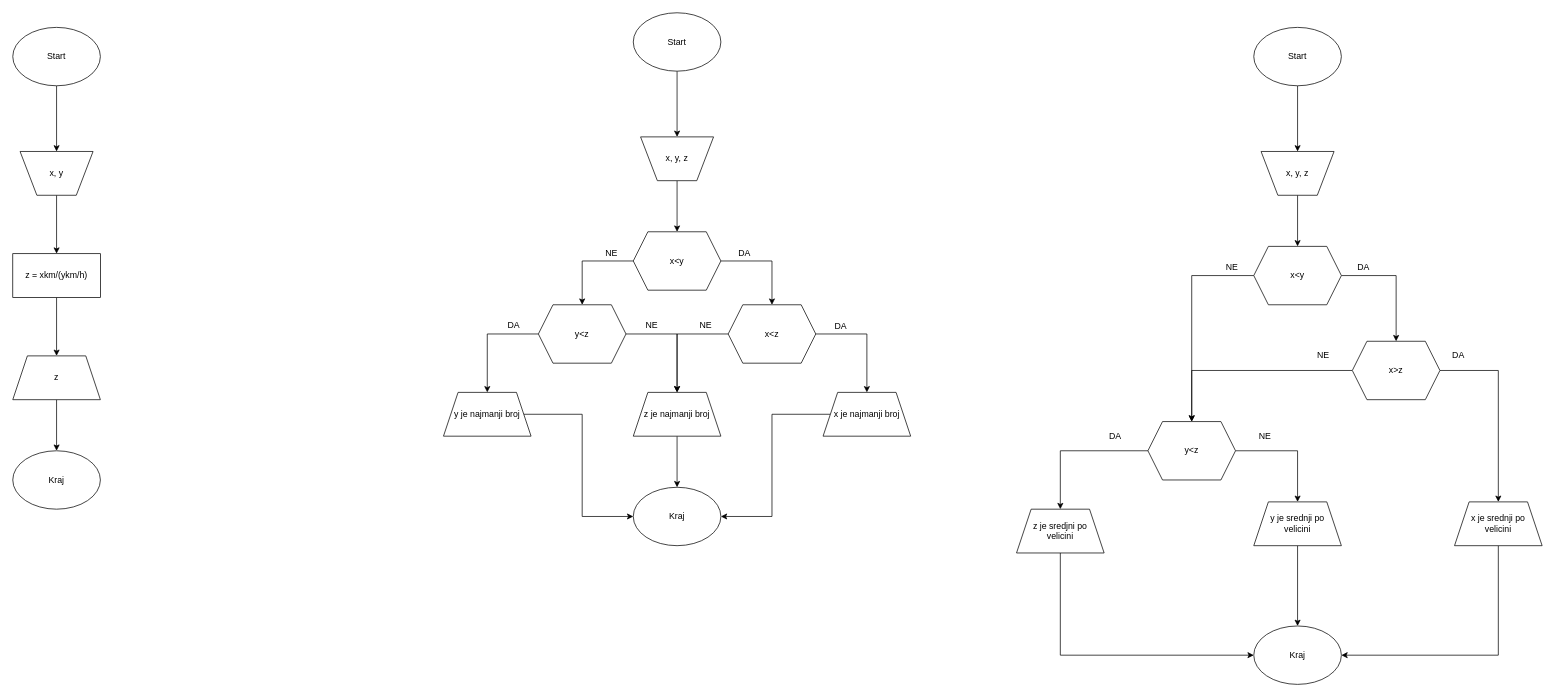
stashat/Test keeps this draw.io diagram as Untitled Diagram.drawio. Above is the earlier version. Source tidied: cells renumbered, new cells numbered last; positions are measured from the earlier drawing's top-left corner, leaving out a move shared by most shapes. Both pictures are drawn from the tidied source at 73%, with x=0, y=0 at pixel (12, 12).
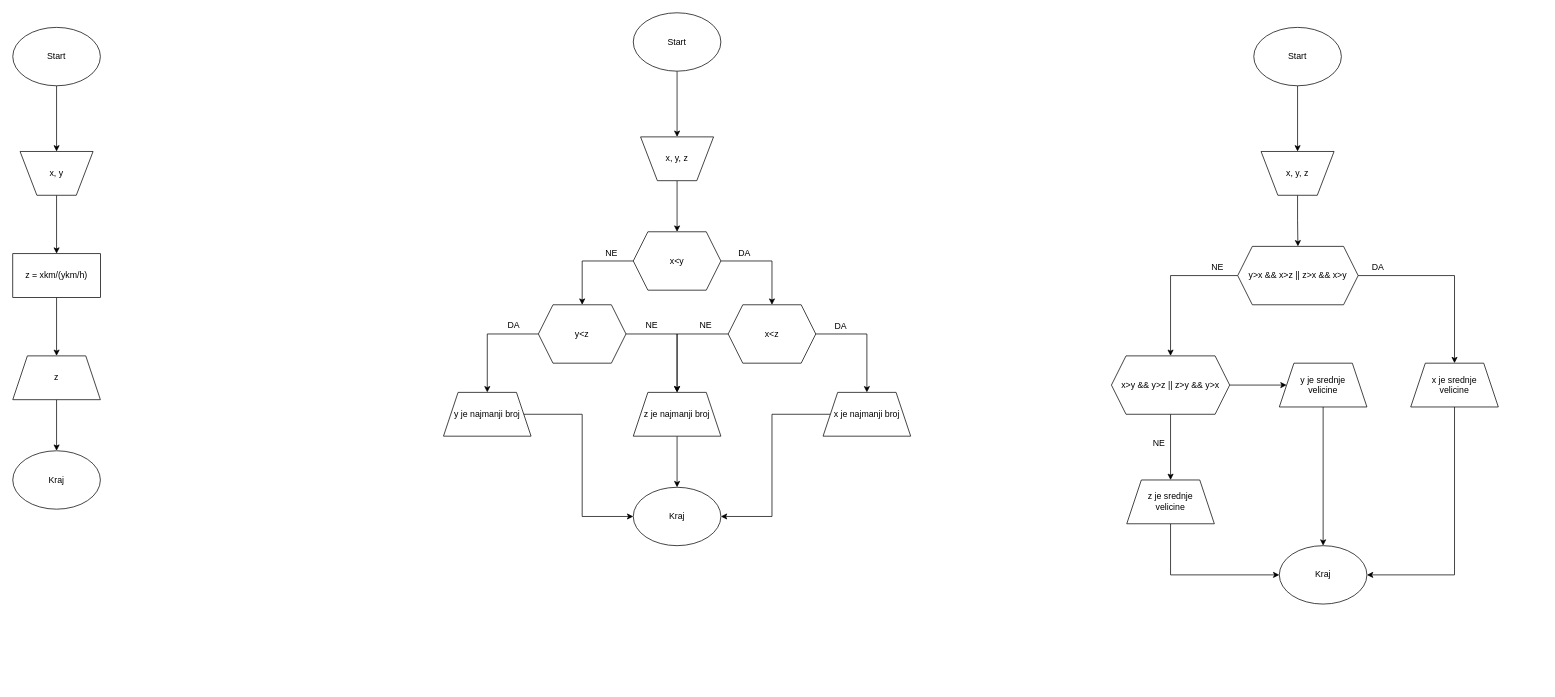
Above is the later version.

Change to the diagram source:
```diff
@@
-    <mxCell id="35" style="edgeStyle=orthogonalEdgeStyle;rounded=0;jettySize=auto;html=1;" parent="1" edge="1" source="37" target="40">
-      <mxGeometry relative="1" as="geometry" />
-    </mxCell>
-    <mxCell id="36" style="edgeStyle=orthogonalEdgeStyle;rounded=0;jettySize=auto;html=1;" parent="1" edge="1" source="37" target="43">
-      <mxGeometry relative="1" as="geometry" />
-    </mxCell>
+    <mxCell id="63" style="edgeStyle=orthogonalEdgeStyle;rounded=0;jettySize=auto;html=1;" parent="1" edge="1" source="37" target="66">
+      <mxGeometry relative="1" as="geometry" />
+    </mxCell>
+    <mxCell id="64" style="edgeStyle=orthogonalEdgeStyle;rounded=0;jettySize=auto;html=1;" parent="1" edge="1" source="37" target="69">
+      <mxGeometry relative="1" as="geometry" />
+    </mxCell>
-    <mxCell id="37" value="x&amp;lt;y" style="shape=hexagon;perimeter=hexagonPerimeter2;whiteSpace=wrap;html=1;fixedSize=1;rounded=0;fillColor=#FFFFFF;arcSize=10;" parent="1" vertex="1">
-      <mxGeometry x="1700" y="320" width="120" height="80" as="geometry" />
+    <mxCell id="37" value="y&amp;gt;x &amp;amp;&amp;amp; x&amp;gt;z || z&amp;gt;x &amp;amp;&amp;amp; x&amp;gt;y" style="shape=hexagon;perimeter=hexagonPerimeter2;whiteSpace=wrap;html=1;fixedSize=1;rounded=0;fillColor=#FFFFFF;arcSize=10;" parent="1" vertex="1">
+      <mxGeometry x="1678" y="320" width="165" height="80" as="geometry" />
     </mxCell>
-    <mxCell id="38" style="edgeStyle=orthogonalEdgeStyle;rounded=0;jettySize=auto;html=1;" parent="1" edge="1" source="40" target="45">
-      <mxGeometry relative="1" as="geometry" />
-    </mxCell>
-    <mxCell id="39" style="edgeStyle=orthogonalEdgeStyle;rounded=0;jettySize=auto;html=1;entryX=0.5;entryY=0;entryDx=0;entryDy=0;" parent="1" edge="1" source="40" target="43">
-      <mxGeometry relative="1" as="geometry" />
-    </mxCell>
-    <mxCell id="40" value="x&amp;gt;z" style="shape=hexagon;perimeter=hexagonPerimeter2;whiteSpace=wrap;html=1;fixedSize=1;rounded=0;fillColor=#FFFFFF;arcSize=10;" parent="1" vertex="1">
-      <mxGeometry x="1835" y="450" width="120" height="80" as="geometry" />
-    </mxCell>
-    <mxCell id="41" style="edgeStyle=orthogonalEdgeStyle;rounded=0;jettySize=auto;html=1;" parent="1" edge="1" source="43" target="47">
-      <mxGeometry relative="1" as="geometry" />
-    </mxCell>
-    <mxCell id="42" style="edgeStyle=orthogonalEdgeStyle;rounded=0;jettySize=auto;html=1;" parent="1" edge="1" source="43" target="59">
-      <mxGeometry relative="1" as="geometry" />
-    </mxCell>
-    <mxCell id="43" value="y&amp;lt;z" style="shape=hexagon;perimeter=hexagonPerimeter2;whiteSpace=wrap;html=1;fixedSize=1;rounded=0;fillColor=#FFFFFF;arcSize=10;" parent="1" vertex="1">
-      <mxGeometry x="1555" y="560" width="120" height="80" as="geometry" />
-    </mxCell>
-    <mxCell id="44" style="edgeStyle=orthogonalEdgeStyle;rounded=0;jettySize=auto;html=1;entryX=1;entryY=0.5;entryDx=0;entryDy=0;" parent="1" edge="1" source="45" target="61">
-      <mxGeometry relative="1" as="geometry">
-        <Array as="points">
-          <mxPoint x="2035" y="880" />
-        </Array>
-      </mxGeometry>
-    </mxCell>
-    <mxCell id="45" value="x je srednji po &lt;br&gt;velicini" style="shape=trapezoid;perimeter=trapezoidPerimeter;whiteSpace=wrap;html=1;fixedSize=1;rounded=0;fillColor=#FFFFFF;arcSize=10;" parent="1" vertex="1">
-      <mxGeometry x="1975" y="670" width="120" height="60" as="geometry" />
-    </mxCell>
-    <mxCell id="46" style="edgeStyle=orthogonalEdgeStyle;rounded=0;jettySize=auto;html=1;entryX=0;entryY=0.5;entryDx=0;entryDy=0;" parent="1" edge="1" source="47" target="61">
-      <mxGeometry relative="1" as="geometry">
-        <Array as="points">
-          <mxPoint x="1435" y="880" />
-        </Array>
-      </mxGeometry>
-    </mxCell>
-    <mxCell id="47" value="z je sredjni po&lt;br&gt;velicini" style="shape=trapezoid;perimeter=trapezoidPerimeter;whiteSpace=wrap;html=1;fixedSize=1;rounded=0;fillColor=#FFFFFF;arcSize=10;" parent="1" vertex="1">
-      <mxGeometry x="1375" y="680" width="120" height="60" as="geometry" />
-    </mxCell>
@@
     <mxCell id="54" value="DA" style="text;html=1;align=center;verticalAlign=middle;" parent="1" vertex="1">
-      <mxGeometry x="1835" y="339" width="30" height="20" as="geometry" />
+      <mxGeometry x="1855" y="339" width="30" height="20" as="geometry" />
     </mxCell>
     <mxCell id="55" value="NE" style="text;html=1;align=center;verticalAlign=middle;" parent="1" vertex="1">
-      <mxGeometry x="1655" y="339" width="30" height="20" as="geometry" />
+      <mxGeometry x="1635" y="339" width="30" height="20" as="geometry" />
     </mxCell>
-    <mxCell id="56" value="DA" style="text;html=1;align=center;verticalAlign=middle;" parent="1" vertex="1">
-      <mxGeometry x="1965" y="460" width="30" height="20" as="geometry" />
-    </mxCell>
-    <mxCell id="57" value="DA" style="text;html=1;align=center;verticalAlign=middle;" parent="1" vertex="1">
-      <mxGeometry x="1495" y="570" width="30" height="20" as="geometry" />
-    </mxCell>
-    <mxCell id="58" style="edgeStyle=orthogonalEdgeStyle;rounded=0;jettySize=auto;html=1;entryX=0.5;entryY=0;entryDx=0;entryDy=0;" parent="1" edge="1" source="59" target="61">
-      <mxGeometry relative="1" as="geometry" />
-    </mxCell>
-    <mxCell id="59" value="y je srednji po&lt;br&gt;velicini" style="shape=trapezoid;perimeter=trapezoidPerimeter;whiteSpace=wrap;html=1;fixedSize=1;rounded=0;fillColor=#FFFFFF;arcSize=10;" parent="1" vertex="1">
-      <mxGeometry x="1700" y="670" width="120" height="60" as="geometry" />
-    </mxCell>
-    <mxCell id="60" value="NE" style="text;html=1;align=center;verticalAlign=middle;" parent="1" vertex="1">
-      <mxGeometry x="1780" y="460" width="30" height="20" as="geometry" />
-    </mxCell>
+    <mxCell id="65" style="edgeStyle=orthogonalEdgeStyle;rounded=0;jettySize=auto;html=1;" parent="1" edge="1" source="66" target="61">
+      <mxGeometry relative="1" as="geometry">
+        <Array as="points">
+          <mxPoint x="1975" y="770" />
+        </Array>
+      </mxGeometry>
+    </mxCell>
+    <mxCell id="66" value="x je srednje&lt;br&gt;velicine" style="shape=trapezoid;perimeter=trapezoidPerimeter;whiteSpace=wrap;html=1;fixedSize=1;rounded=0;fillColor=#FFFFFF;arcSize=10;" parent="1" vertex="1">
+      <mxGeometry x="1915" y="480" width="120" height="60" as="geometry" />
+    </mxCell>
+    <mxCell id="67" style="edgeStyle=orthogonalEdgeStyle;rounded=0;jettySize=auto;html=1;" parent="1" edge="1" source="69" target="71">
+      <mxGeometry relative="1" as="geometry" />
+    </mxCell>
+    <mxCell id="68" style="edgeStyle=orthogonalEdgeStyle;rounded=0;jettySize=auto;html=1;" parent="1" edge="1" source="69" target="73">
+      <mxGeometry relative="1" as="geometry" />
+    </mxCell>
+    <mxCell id="69" value="&lt;span&gt;x&amp;gt;y &amp;amp;&amp;amp; y&amp;gt;z || z&amp;gt;y &amp;amp;&amp;amp; y&amp;gt;x&lt;/span&gt;" style="shape=hexagon;perimeter=hexagonPerimeter2;whiteSpace=wrap;html=1;fixedSize=1;rounded=0;fillColor=#FFFFFF;arcSize=10;" parent="1" vertex="1">
+      <mxGeometry x="1505" y="470" width="162" height="80" as="geometry" />
+    </mxCell>
+    <mxCell id="70" style="edgeStyle=orthogonalEdgeStyle;rounded=0;jettySize=auto;html=1;entryX=0.5;entryY=0;entryDx=0;entryDy=0;" parent="1" edge="1" source="71" target="61">
+      <mxGeometry relative="1" as="geometry" />
+    </mxCell>
+    <mxCell id="71" value="y je srednje&lt;br&gt;velicine" style="shape=trapezoid;perimeter=trapezoidPerimeter;whiteSpace=wrap;html=1;fixedSize=1;rounded=0;fillColor=#FFFFFF;arcSize=10;" parent="1" vertex="1">
+      <mxGeometry x="1735" y="480" width="120" height="60" as="geometry" />
+    </mxCell>
+    <mxCell id="72" style="edgeStyle=orthogonalEdgeStyle;rounded=0;jettySize=auto;html=1;entryX=0;entryY=0.5;entryDx=0;entryDy=0;" parent="1" edge="1" source="73" target="61">
+      <mxGeometry relative="1" as="geometry">
+        <Array as="points">
+          <mxPoint x="1586" y="770" />
+        </Array>
+      </mxGeometry>
+    </mxCell>
+    <mxCell id="73" value="z je srednje&lt;br&gt;velicine" style="shape=trapezoid;perimeter=trapezoidPerimeter;whiteSpace=wrap;html=1;fixedSize=1;rounded=0;fillColor=#FFFFFF;arcSize=10;" parent="1" vertex="1">
+      <mxGeometry x="1526" y="640" width="120" height="60" as="geometry" />
+    </mxCell>
-    <mxCell id="61" value="Kraj" style="ellipse;whiteSpace=wrap;html=1;rounded=0;fillColor=#FFFFFF;" parent="1" vertex="1">
-      <mxGeometry x="1700" y="840" width="120" height="80" as="geometry" />
+    <mxCell id="61" value="Kraj" style="ellipse;whiteSpace=wrap;html=1;rounded=0;fillColor=#FFFFFF;arcSize=10;" parent="1" vertex="1">
+      <mxGeometry x="1735" y="730" width="120" height="80" as="geometry" />
     </mxCell>
-    <mxCell id="62" value="NE" style="text;html=1;align=center;verticalAlign=middle;" parent="1" vertex="1">
-      <mxGeometry x="1700" y="570" width="30" height="20" as="geometry" />
-    </mxCell>
+    <mxCell id="74" value="NE" style="text;html=1;align=center;verticalAlign=middle;" parent="1" vertex="1">
+      <mxGeometry x="1555" y="580" width="30" height="20" as="geometry" />
+    </mxCell>
```
